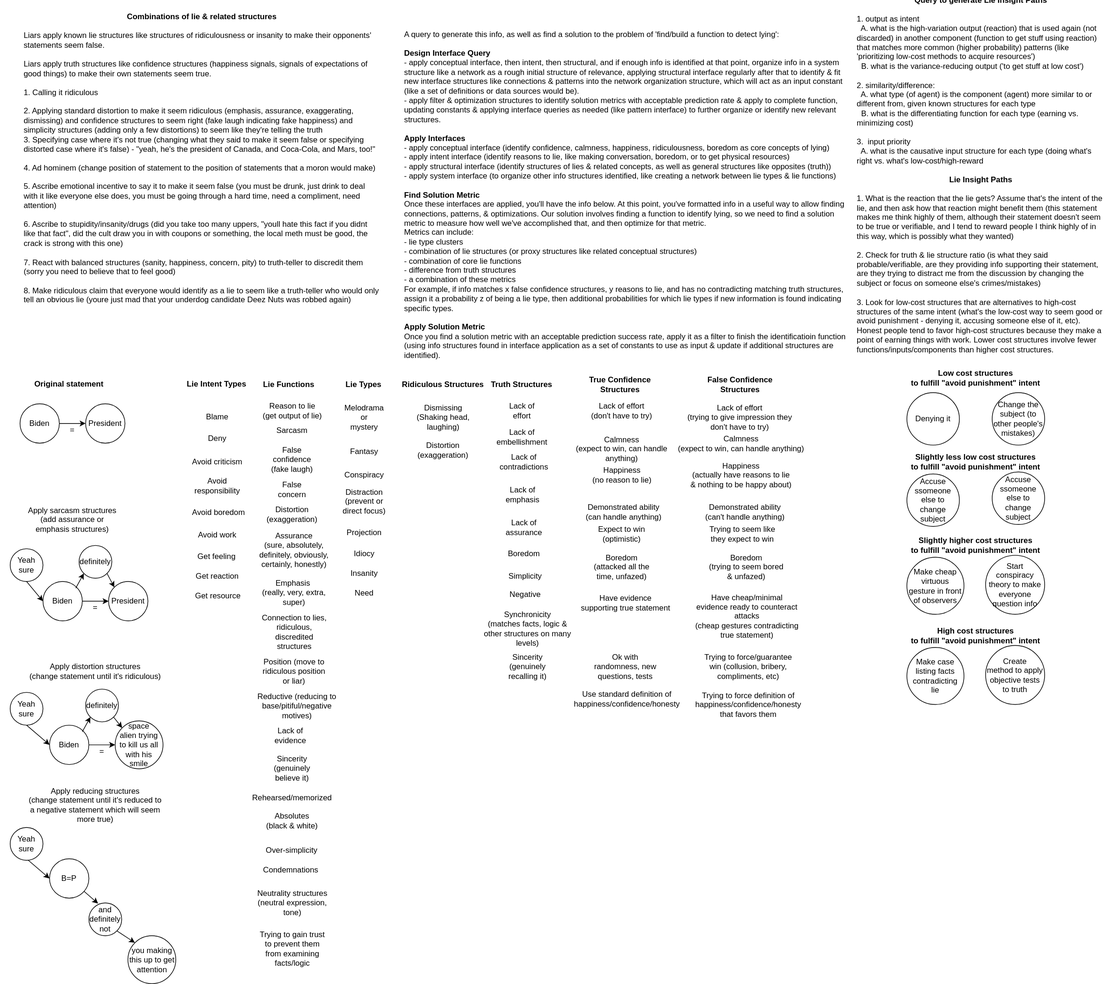
This is docs/objects/lie.svg from outdreamer/build-a-cure, a draw.io export, as it was before one commit. Source tidied: cells renumbered, new cells last; positions are measured from the earlier drawing's top-left corner, leaving out a move shared by most shapes.
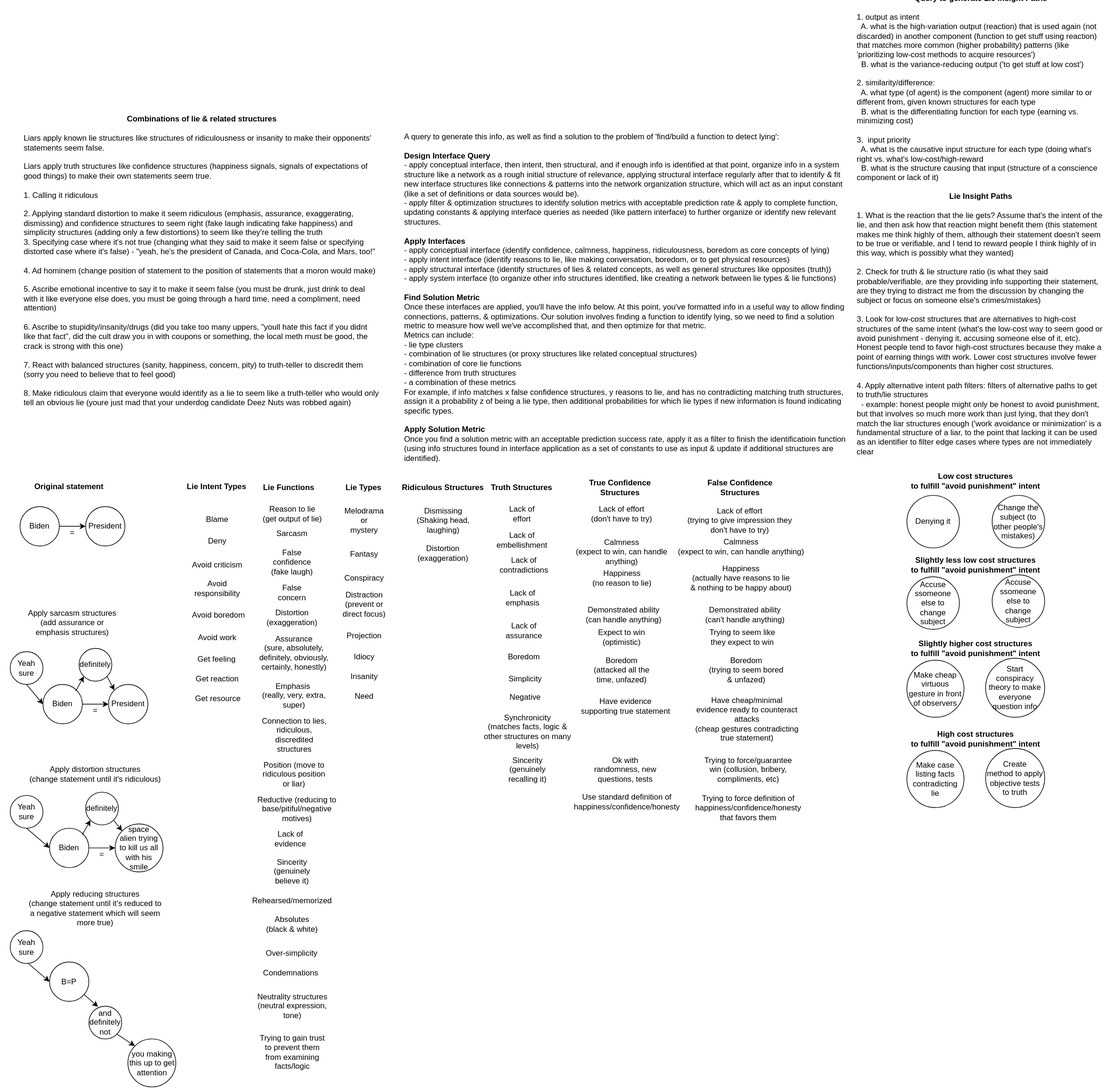
Later version of the same file.

Diff of the diagram source:
```diff
@@ -331,8 +331,8 @@
     <mxCell id="108" value="Avoid work" style="text;html=1;strokeColor=none;fillColor=none;align=center;verticalAlign=middle;whiteSpace=wrap;rounded=0;" parent="1" vertex="1">
       <mxGeometry x="289" y="739" width="84" height="20" as="geometry" />
     </mxCell>
-    <mxCell id="109" value="&lt;b&gt;Query to generate Lie Insight Paths&lt;br&gt;&lt;/b&gt;&lt;br&gt;&lt;div style=&quot;text-align: left&quot;&gt;1. output as intent&lt;/div&gt;&lt;div style=&quot;text-align: left&quot;&gt;&amp;nbsp; A. what is the high-variation output (reaction) that is used again (not discarded) in another component (function to get stuff using reaction) that matches more common (higher probability) patterns (like 'prioritizing low-cost methods to acquire resources')&lt;/div&gt;&lt;div style=&quot;text-align: left&quot;&gt;&amp;nbsp; B. what is the variance-reducing output ('to get stuff at low cost')&lt;/div&gt;&lt;div style=&quot;text-align: left&quot;&gt;&lt;br&gt;&lt;/div&gt;&lt;div style=&quot;text-align: left&quot;&gt;2. similarity/difference:&amp;nbsp;&lt;/div&gt;&lt;div style=&quot;text-align: left&quot;&gt;&amp;nbsp; A. what type (of agent) is the component (agent) more similar to or different from, given known structures for each type&lt;/div&gt;&lt;div style=&quot;text-align: left&quot;&gt;&amp;nbsp; B. what is the differentiating function for each type (earning vs. minimizing cost)&lt;/div&gt;&lt;div style=&quot;text-align: left&quot;&gt;&lt;br&gt;&lt;/div&gt;&lt;div style=&quot;text-align: left&quot;&gt;3.&amp;nbsp; input priority&lt;/div&gt;&lt;div style=&quot;text-align: left&quot;&gt;&amp;nbsp; A. what is the causative input structure for each type (doing what's right vs. what's low-cost/high-reward&lt;/div&gt;&lt;br&gt;&lt;b&gt;Lie Insight Paths&lt;/b&gt;&lt;br&gt;&lt;br&gt;&lt;div style=&quot;text-align: left&quot;&gt;&lt;span&gt;1. What is the reaction that the lie gets? Assume that's the intent of the lie, and then ask how that reaction might benefit them (this statement makes me think highly of them, although their statement doesn't seem to be true or verifiable, and I tend to reward people I think highly of in this way, which is possibly what they wanted)&lt;/span&gt;&lt;/div&gt;&lt;div style=&quot;text-align: left&quot;&gt;&lt;br&gt;&lt;/div&gt;&lt;div style=&quot;text-align: left&quot;&gt;&lt;span&gt;2. Check for truth &amp;amp; lie structure ratio (is what they said probable/verifiable, are they providing info supporting their statement, are they trying to distract me from the discussion by changing the subject or focus on someone else's crimes/mistakes)&lt;/span&gt;&lt;/div&gt;&lt;div style=&quot;text-align: left&quot;&gt;&lt;br&gt;&lt;/div&gt;&lt;div style=&quot;text-align: left&quot;&gt;&lt;span&gt;3. Look for low-cost structures that are alternatives to high-cost structures of the same intent (what's the low-cost way to seem good or avoid punishment - denying it, accusing someone else of it, etc). Honest people tend to favor high-cost structures because they make a point of earning things with work. Lower cost structures involve fewer functions/inputs/components than higher cost structures.&lt;/span&gt;&lt;/div&gt;" style="text;html=1;strokeColor=none;fillColor=none;align=center;verticalAlign=middle;whiteSpace=wrap;rounded=0;" parent="1" vertex="1">
-      <mxGeometry x="1305" y="190" width="380" height="20" as="geometry" />
+    <mxCell id="109" value="&lt;b&gt;Query to generate Lie Insight Paths&lt;br&gt;&lt;/b&gt;&lt;br&gt;&lt;div style=&quot;text-align: left&quot;&gt;1. output as intent&lt;/div&gt;&lt;div style=&quot;text-align: left&quot;&gt;&amp;nbsp; A. what is the high-variation output (reaction) that is used again (not discarded) in another component (function to get stuff using reaction) that matches more common (higher probability) patterns (like 'prioritizing low-cost methods to acquire resources')&lt;/div&gt;&lt;div style=&quot;text-align: left&quot;&gt;&amp;nbsp; B. what is the variance-reducing output ('to get stuff at low cost')&lt;/div&gt;&lt;div style=&quot;text-align: left&quot;&gt;&lt;br&gt;&lt;/div&gt;&lt;div style=&quot;text-align: left&quot;&gt;2. similarity/difference:&amp;nbsp;&lt;/div&gt;&lt;div style=&quot;text-align: left&quot;&gt;&amp;nbsp; A. what type (of agent) is the component (agent) more similar to or different from, given known structures for each type&lt;/div&gt;&lt;div style=&quot;text-align: left&quot;&gt;&amp;nbsp; B. what is the differentiating function for each type (earning vs. minimizing cost)&lt;/div&gt;&lt;div style=&quot;text-align: left&quot;&gt;&lt;br&gt;&lt;/div&gt;&lt;div style=&quot;text-align: left&quot;&gt;3.&amp;nbsp; input priority&lt;/div&gt;&lt;div style=&quot;text-align: left&quot;&gt;&amp;nbsp; A. what is the causative input structure for each type (doing what's right vs. what's low-cost/high-reward&lt;/div&gt;&lt;div style=&quot;text-align: left&quot;&gt;&amp;nbsp; B. what is the structure causing that input (structure of a conscience component or lack of it)&lt;/div&gt;&lt;br&gt;&lt;b&gt;Lie Insight Paths&lt;/b&gt;&lt;br&gt;&lt;br&gt;&lt;div style=&quot;text-align: left&quot;&gt;&lt;span&gt;1. What is the reaction that the lie gets? Assume that's the intent of the lie, and then ask how that reaction might benefit them (this statement makes me think highly of them, although their statement doesn't seem to be true or verifiable, and I tend to reward people I think highly of in this way, which is possibly what they wanted)&lt;/span&gt;&lt;/div&gt;&lt;div style=&quot;text-align: left&quot;&gt;&lt;br&gt;&lt;/div&gt;&lt;div style=&quot;text-align: left&quot;&gt;&lt;span&gt;2. Check for truth &amp;amp; lie structure ratio (is what they said probable/verifiable, are they providing info supporting their statement, are they trying to distract me from the discussion by changing the subject or focus on someone else's crimes/mistakes)&lt;/span&gt;&lt;/div&gt;&lt;div style=&quot;text-align: left&quot;&gt;&lt;br&gt;&lt;/div&gt;&lt;div style=&quot;text-align: left&quot;&gt;&lt;span&gt;3. Look for low-cost structures that are alternatives to high-cost structures of the same intent (what's the low-cost way to seem good or avoid punishment - denying it, accusing someone else of it, etc). Honest people tend to favor high-cost structures because they make a point of earning things with work. Lower cost structures involve fewer functions/inputs/components than higher cost structures.&lt;/span&gt;&lt;/div&gt;&lt;div style=&quot;text-align: left&quot;&gt;&lt;span&gt;&lt;br&gt;&lt;/span&gt;&lt;/div&gt;&lt;div style=&quot;text-align: left&quot;&gt;&lt;span&gt;4. Apply alternative intent path filters: filters of alternative paths to get to truth/lie structures&lt;/span&gt;&lt;/div&gt;&lt;div style=&quot;text-align: left&quot;&gt;&lt;span&gt;&amp;nbsp; - example: honest people might only be honest to avoid punishment, but that involves so much more work than just lying, that they don't match the liar structures enough ('work avoidance or minimization' is a fundamental structure of a liar, to the point that lacking it can be used as an identifier to filter edge cases where types are not immediately clear&lt;/span&gt;&lt;/div&gt;" style="text;html=1;strokeColor=none;fillColor=none;align=center;verticalAlign=middle;whiteSpace=wrap;rounded=0;" parent="1" vertex="1">
+      <mxGeometry x="1305" y="110" width="380" height="20" as="geometry" />
     </mxCell>
     <mxCell id="110" value="Denying it" style="ellipse;whiteSpace=wrap;html=1;" parent="1" vertex="1">
       <mxGeometry x="1382" y="532" width="80" height="80" as="geometry" />
```
